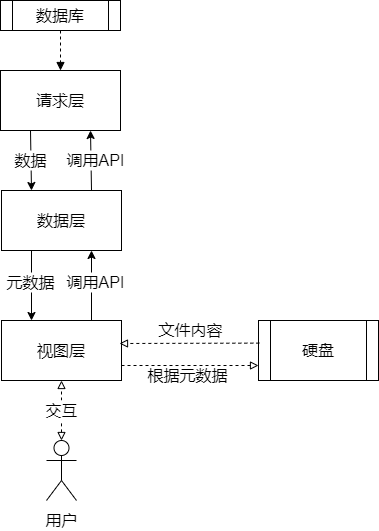
Before: architecture.png, a diagram exported from draw.io (ZephyRTy/electron-gallery). Source tidied: cells renumbered, new cells last; positions are measured from the earlier drawing's top-left corner, leaving out a move shared by most shapes.
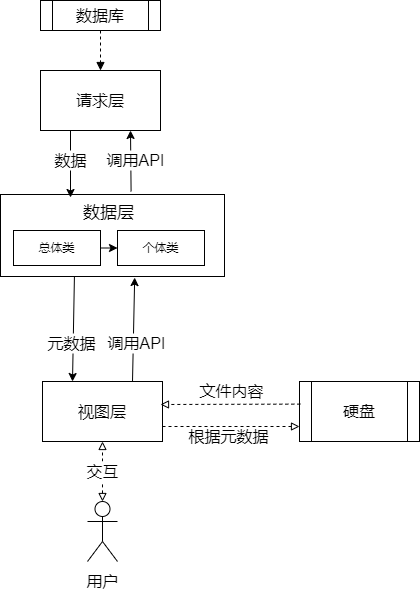
After the commit.

The edit, as a diff of the source:
```diff
@@ -2,22 +2,24 @@
   <root>
     <mxCell id="0" />
     <mxCell id="1" parent="0" />
-    <mxCell id="2" style="edgeStyle=none;html=1;exitX=0.25;exitY=1;exitDx=0;exitDy=0;entryX=0.25;entryY=0;entryDx=0;entryDy=0;fontSize=16;fontColor=#000000;fillColor=none;strokeColor=#000000;" parent="1" edge="1" source="3" target="6">
-      <mxGeometry relative="1" as="geometry" />
+    <mxCell id="2" style="edgeStyle=none;html=1;exitX=0.25;exitY=1;exitDx=0;exitDy=0;fontSize=16;fontColor=#000000;fillColor=none;strokeColor=#000000;" parent="1" edge="1" source="3">
+      <mxGeometry relative="1" as="geometry">
+        <mxPoint x="29" y="136" as="targetPoint" />
+      </mxGeometry>
     </mxCell>
     <mxCell id="3" value="&lt;font style=&quot;font-size: 16px&quot;&gt;请求层&lt;/font&gt;" style="rounded=0;whiteSpace=wrap;html=1;fillColor=none;strokeColor=#000000;fontColor=#000000;" parent="1" vertex="1">
-      <mxGeometry y="70" width="120" height="60" as="geometry" />
+      <mxGeometry x="-1" y="9" width="120" height="60" as="geometry" />
     </mxCell>
-    <mxCell id="4" style="edgeStyle=none;exitX=0.75;exitY=0;exitDx=0;exitDy=0;entryX=0.75;entryY=1;entryDx=0;entryDy=0;fontSize=16;fontColor=#000000;fillColor=none;strokeColor=#000000;" parent="1" edge="1" source="6" target="3">
+    <mxCell id="4" style="edgeStyle=none;exitX=0.583;exitY=-0.037;exitDx=0;exitDy=0;entryX=0.75;entryY=1;entryDx=0;entryDy=0;fontSize=16;fontColor=#000000;fillColor=none;strokeColor=#000000;exitPerimeter=0;" parent="1" edge="1" source="6" target="3">
       <mxGeometry relative="1" as="geometry" />
     </mxCell>
-    <mxCell id="5" style="edgeStyle=none;html=1;exitX=0.25;exitY=1;exitDx=0;exitDy=0;entryX=0.25;entryY=0;entryDx=0;entryDy=0;fontSize=16;fontColor=#000000;fillColor=none;strokeColor=#000000;" parent="1" edge="1" source="6" target="9">
+    <mxCell id="5" style="edgeStyle=none;html=1;exitX=0.33;exitY=1.002;exitDx=0;exitDy=0;entryX=0.25;entryY=0;entryDx=0;entryDy=0;fontSize=16;fontColor=#000000;fillColor=none;strokeColor=#000000;exitPerimeter=0;" parent="1" edge="1" source="6" target="9">
       <mxGeometry relative="1" as="geometry" />
     </mxCell>
-    <mxCell id="6" value="&lt;font style=&quot;font-size: 16px&quot;&gt;数据层&lt;/font&gt;" style="rounded=0;whiteSpace=wrap;html=1;fillColor=none;strokeColor=#000000;fontColor=#000000;" parent="1" vertex="1">
-      <mxGeometry x="1" y="190" width="120" height="60" as="geometry" />
+    <mxCell id="6" style="rounded=0;whiteSpace=wrap;html=1;fillColor=none;strokeColor=#000000;fontColor=#000000;" parent="1" vertex="1">
+      <mxGeometry x="-41" y="133" width="224" height="82" as="geometry" />
     </mxCell>
-    <mxCell id="7" style="edgeStyle=none;html=1;exitX=0.75;exitY=0;exitDx=0;exitDy=0;entryX=0.75;entryY=1;entryDx=0;entryDy=0;fontSize=16;fontColor=#000000;fillColor=none;strokeColor=#000000;" parent="1" edge="1" source="9" target="6">
+    <mxCell id="7" style="edgeStyle=none;html=1;exitX=0.75;exitY=0;exitDx=0;exitDy=0;entryX=0.599;entryY=1.013;entryDx=0;entryDy=0;fontSize=16;fontColor=#000000;fillColor=none;strokeColor=#000000;entryPerimeter=0;" parent="1" edge="1" source="9" target="6">
       <mxGeometry relative="1" as="geometry" />
     </mxCell>
     <mxCell id="8" style="edgeStyle=none;html=0;exitX=1;exitY=0.75;exitDx=0;exitDy=0;entryX=0;entryY=0.75;entryDx=0;entryDy=0;dashed=1;fontSize=16;fontColor=#000000;startArrow=none;startFill=0;endArrow=block;endFill=0;strokeColor=#000000;elbow=vertical;" parent="1" edge="1" source="9" target="15">
@@ -30,10 +32,10 @@
       <mxGeometry relative="1" as="geometry" />
     </mxCell>
     <mxCell id="11" value="数据库" style="shape=process;whiteSpace=wrap;html=1;backgroundOutline=1;fontSize=16;fillColor=none;strokeColor=#000000;fontColor=#000000;" parent="1" vertex="1">
-      <mxGeometry width="120" height="30" as="geometry" />
+      <mxGeometry x="-1" y="-61" width="120" height="30" as="geometry" />
     </mxCell>
     <mxCell id="12" value="数据" style="text;html=1;align=center;verticalAlign=middle;rounded=0;fontSize=16;fillColor=#FFFFFF;strokeColor=none;fontColor=#000000;strokeWidth=0;" parent="1" vertex="1">
-      <mxGeometry x="5" y="150" width="50" height="20" as="geometry" />
+      <mxGeometry x="4" y="89" width="50" height="20" as="geometry" />
     </mxCell>
     <mxCell id="13" value="元数据" style="text;html=1;align=center;verticalAlign=middle;rounded=0;fontSize=16;fillColor=#FFFFFF;strokeColor=none;fontColor=#000000;strokeWidth=0;" parent="1" vertex="1">
       <mxGeometry y="272" width="60" height="20" as="geometry" />
@@ -73,7 +75,19 @@
       <mxGeometry x="60" y="272" width="70" height="20" as="geometry" />
     </mxCell>
     <mxCell id="24" value="调用API" style="text;html=1;align=center;verticalAlign=middle;rounded=0;fontSize=16;fillColor=#FFFFFF;strokeColor=none;fontColor=#000000;strokeWidth=0;" parent="1" vertex="1">
-      <mxGeometry x="60" y="150" width="70" height="20" as="geometry" />
+      <mxGeometry x="59" y="89" width="70" height="20" as="geometry" />
     </mxCell>
+    <mxCell id="25" style="edgeStyle=none;html=1;exitX=1;exitY=0.5;exitDx=0;exitDy=0;entryX=0;entryY=0.5;entryDx=0;entryDy=0;" parent="1" edge="1" source="26" target="27">
+      <mxGeometry relative="1" as="geometry" />
+    </mxCell>
+    <mxCell id="26" value="总体类" style="rounded=0;whiteSpace=wrap;html=1;" parent="1" vertex="1">
+      <mxGeometry x="-28" y="169" width="87" height="35" as="geometry" />
+    </mxCell>
+    <mxCell id="27" value="个体类" style="rounded=0;whiteSpace=wrap;html=1;" parent="1" vertex="1">
+      <mxGeometry x="76" y="169" width="87" height="35" as="geometry" />
+    </mxCell>
+    <mxCell id="28" value="数据层" style="text;html=1;align=center;verticalAlign=middle;fillColor=none;strokeColor=none;rounded=0;fontSize=17;" parent="1" vertex="1">
+      <mxGeometry x="36" y="140" width="61" height="24" as="geometry" />
+    </mxCell>
   </root>
 </mxGraphModel>
```
